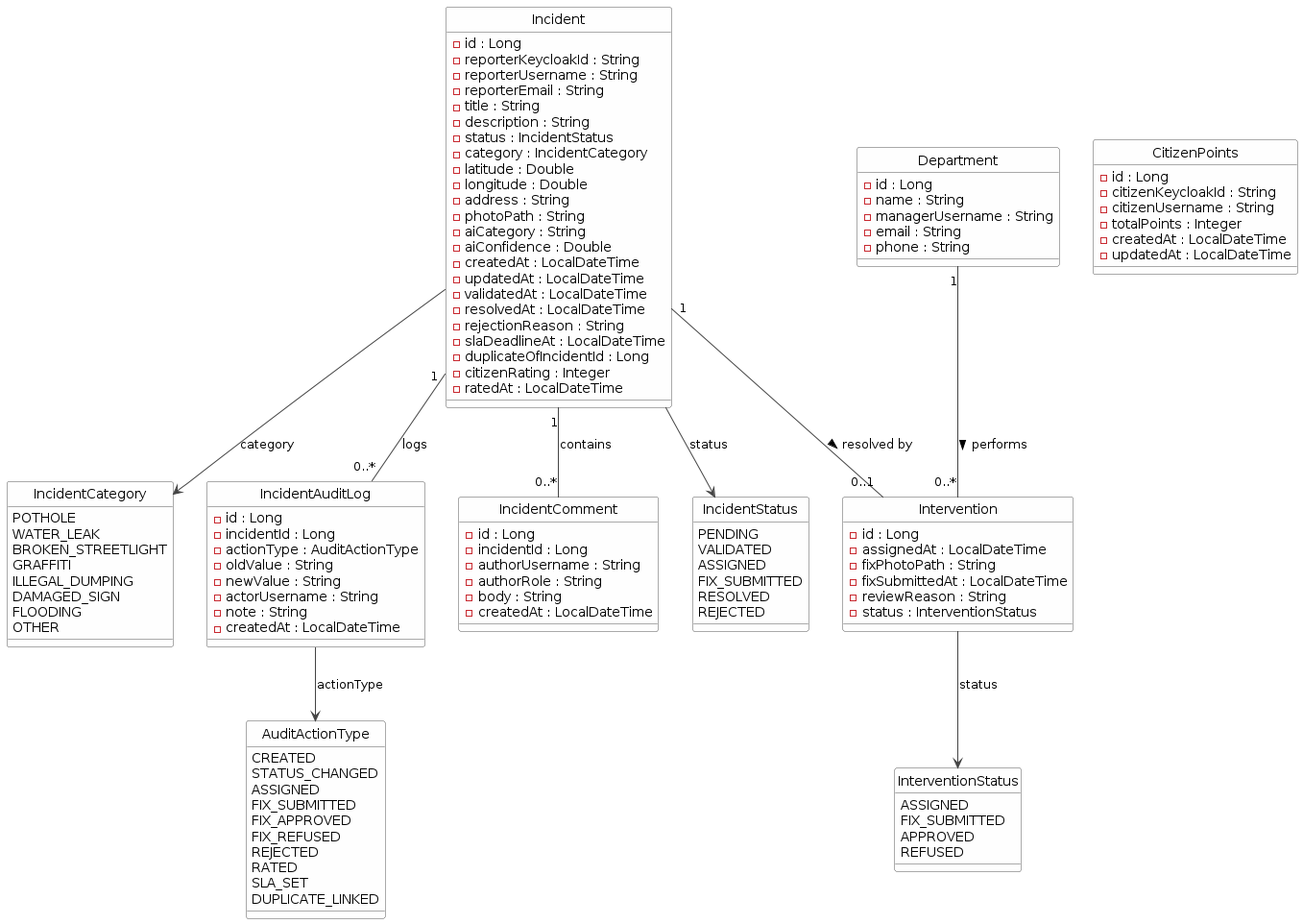
The PlantUML diagram rapport/classes_global.png in dhiafersi/SafeCity, before a commit.
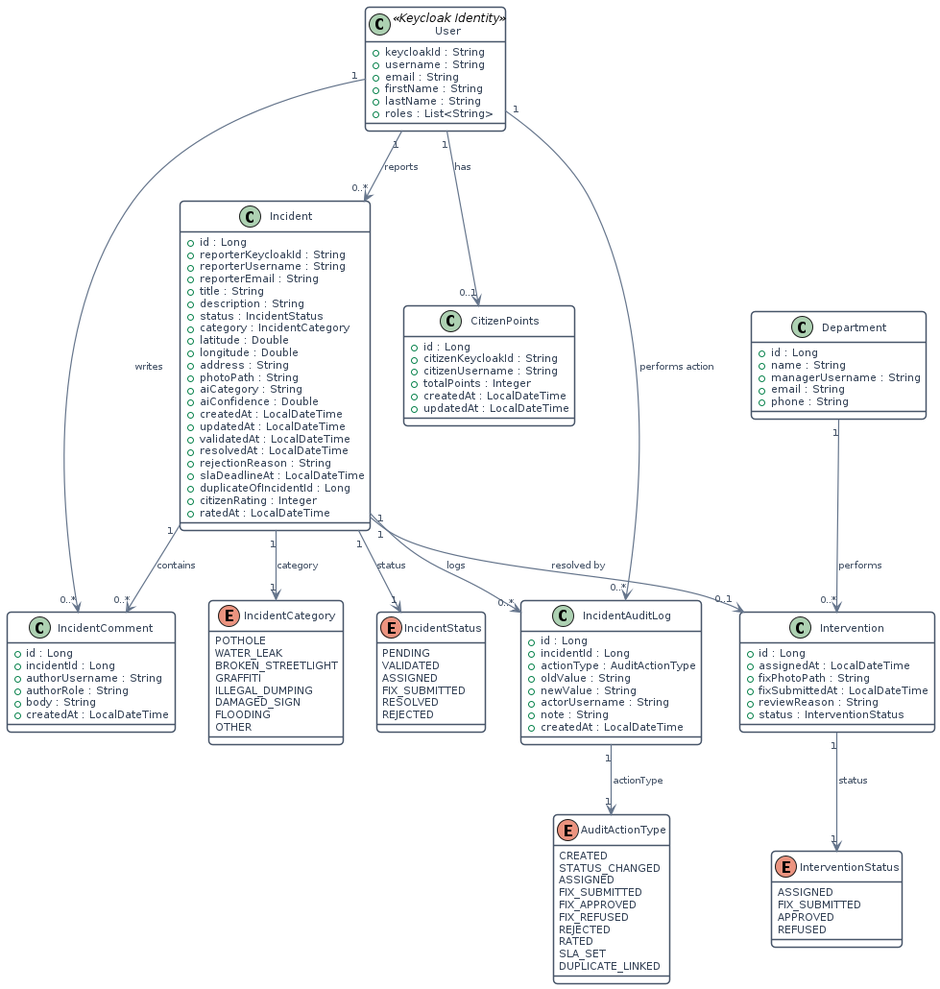
Later version of the same file.

Change to the diagram source:
```diff
@@ -1,17 +1,34 @@
 @startuml
-skinparam style strictuml
-skinparam DefaultFontName "Helvetica"
-skinparam ClassBackgroundColor #FEFEFE
-skinparam ClassBorderColor #555555
-skinparam ArrowColor #444444
+skinparam BackgroundColor #FFFFFF
+skinparam RoundCorner 8
+skinparam Shadowing false
+skinparam Handwritten false
+skinparam DefaultFontName "Segoe UI", sans-serif
 
-enum IncidentStatus {
-    PENDING
-    VALIDATED
-    ASSIGNED
-    FIX_SUBMITTED
-    RESOLVED
-    REJECTED
+skinparam Class {
+    BackgroundColor #FFFFFF
+    BorderColor #475569
+    BorderThickness 1.5
+    HeaderBackgroundColor #FFFFFF
+    FontColor #0F172A
+    FontSize 13
+    AttributeFontName "Consolas", monospace
+    AttributeFontSize 11
+    AttributeFontColor #334155
+}
+
+skinparam Enum {
+    BackgroundColor #FFFFFF
+    HeaderBackgroundColor #FFFFFF
+    BorderColor #64748B
+    FontColor #0F172A
+}
+
+skinparam Arrow {
+    Color #64748B
+    Thickness 1.2
+    FontColor #475569
+    FontSize 10
 }
 
 enum IncidentCategory {
@@ -25,65 +42,13 @@
     OTHER
 }
 
-class Incident {
-    - id : Long
-    - reporterKeycloakId : String
-    - reporterUsername : String
-    - reporterEmail : String
-    - title : String
-    - description : String
-    - status : IncidentStatus
-    - category : IncidentCategory
-    - latitude : Double
-    - longitude : Double
-    - address : String
-    - photoPath : String
-    - aiCategory : String
-    - aiConfidence : Double
-    - createdAt : LocalDateTime
-    - updatedAt : LocalDateTime
-    - validatedAt : LocalDateTime
-    - resolvedAt : LocalDateTime
-    - rejectionReason : String
-    - slaDeadlineAt : LocalDateTime
-    - duplicateOfIncidentId : Long
-    - citizenRating : Integer
-    - ratedAt : LocalDateTime
-}
-
-class Department {
-    - id : Long
-    - name : String
-    - managerUsername : String
-    - email : String
-    - phone : String
-}
-
-class Intervention {
-    - id : Long
-    - assignedAt : LocalDateTime
-    - fixPhotoPath : String
-    - fixSubmittedAt : LocalDateTime
-    - reviewReason : String
-    - status : InterventionStatus
-}
-
-enum InterventionStatus {
+enum IncidentStatus {
+    PENDING
+    VALIDATED
     ASSIGNED
     FIX_SUBMITTED
-    APPROVED
-    REFUSED
-}
-
-class IncidentAuditLog {
-    - id : Long
-    - incidentId : Long
-    - actionType : AuditActionType
-    - oldValue : String
-    - newValue : String
-    - actorUsername : String
-    - note : String
-    - createdAt : LocalDateTime
+    RESOLVED
+    REJECTED
 }
 
 enum AuditActionType {
@@ -99,31 +64,107 @@
     DUPLICATE_LINKED
 }
 
-class IncidentComment {
-    - id : Long
-    - incidentId : Long
-    - authorUsername : String
-    - authorRole : String
-    - body : String
-    - createdAt : LocalDateTime
+enum InterventionStatus {
+    ASSIGNED
+    FIX_SUBMITTED
+    APPROVED
+    REFUSED
+}
+
+class User <<Keycloak Identity>> {
+    + keycloakId : String
+    + username : String
+    + email : String
+    + firstName : String
+    + lastName : String
+    + roles : List<String>
 }
 
 class CitizenPoints {
-    - id : Long
-    - citizenKeycloakId : String
-    - citizenUsername : String
-    - totalPoints : Integer
-    - createdAt : LocalDateTime
-    - updatedAt : LocalDateTime
+    + id : Long
+    + citizenKeycloakId : String
+    + citizenUsername : String
+    + totalPoints : Integer
+    + createdAt : LocalDateTime
+    + updatedAt : LocalDateTime
 }
 
-Incident --> IncidentStatus : status
-Incident --> IncidentCategory : category
-Intervention --> InterventionStatus : status
-IncidentAuditLog --> AuditActionType : actionType
-Incident "1" -- "0..*" IncidentAuditLog : logs
-Incident "1" -- "0..*" IncidentComment : contains
+class Incident {
+    + id : Long
+    + reporterKeycloakId : String
+    + reporterUsername : String
+    + reporterEmail : String
+    + title : String
+    + description : String
+    + status : IncidentStatus
+    + category : IncidentCategory
+    + latitude : Double
+    + longitude : Double
+    + address : String
+    + photoPath : String
+    + aiCategory : String
+    + aiConfidence : Double
+    + createdAt : LocalDateTime
+    + updatedAt : LocalDateTime
+    + validatedAt : LocalDateTime
+    + resolvedAt : LocalDateTime
+    + rejectionReason : String
+    + slaDeadlineAt : LocalDateTime
+    + duplicateOfIncidentId : Long
+    + citizenRating : Integer
+    + ratedAt : LocalDateTime
+}
 
-Incident "1" -- "0..1" Intervention : resolved by >
-Department "1" -- "0..*" Intervention : performs >
-@enduml
+class IncidentAuditLog {
+    + id : Long
+    + incidentId : Long
+    + actionType : AuditActionType
+    + oldValue : String
+    + newValue : String
+    + actorUsername : String
+    + note : String
+    + createdAt : LocalDateTime
+}
+
+class IncidentComment {
+    + id : Long
+    + incidentId : Long
+    + authorUsername : String
+    + authorRole : String
+    + body : String
+    + createdAt : LocalDateTime
+}
+
+class Department {
+    + id : Long
+    + name : String
+    + managerUsername : String
+    + email : String
+    + phone : String
+}
+
+class Intervention {
+    + id : Long
+    + assignedAt : LocalDateTime
+    + fixPhotoPath : String
+    + fixSubmittedAt : LocalDateTime
+    + reviewReason : String
+    + status : InterventionStatus
+}
+
+User "1" --> "0..1" CitizenPoints : "has"
+User "1" --> "0..*" Incident : "reports"
+User "1" --> "0..*" IncidentComment : "writes"
+User "1" --> "0..*" IncidentAuditLog : "performs action"
+
+Incident "1" --> "1" IncidentCategory : "category"
+Incident "1" --> "1" IncidentStatus : "status"
+Incident "1" --> "0..*" IncidentAuditLog : "logs"
+Incident "1" --> "0..*" IncidentComment : "contains"
+Incident "1" --> "0..1" Intervention : "resolved by"
+
+IncidentAuditLog "1" --> "1" AuditActionType : "actionType"
+Department "1" --> "0..*" Intervention : "performs"
+Intervention "1" --> "1" InterventionStatus : "status"
+
+@endum
```
